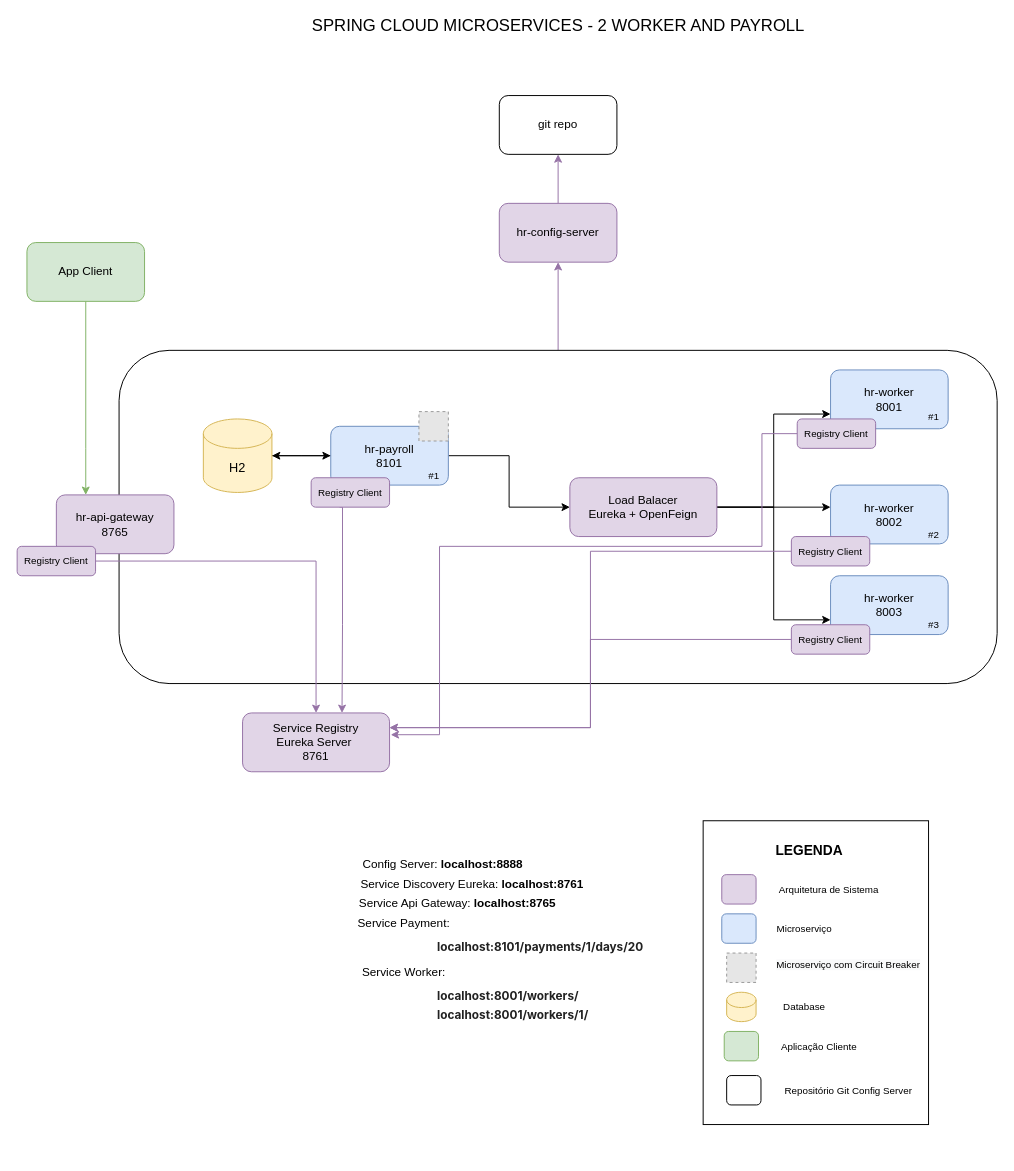
Before: Diagrama Microservico 2.drawio in CarlosRobertoMedeiros/study-microservice-springcloud-2, a draw.io diagram. Source tidied: cells renumbered, new cells numbered last; positions are measured from the earlier drawing's top-left corner, leaving out a move shared by most shapes. Both pictures are drawn from the tidied source at 98%, with x=0, y=0 at pixel (17, 17). Pictures stored in the file or linked from it are replaced by grey dashed boxes.
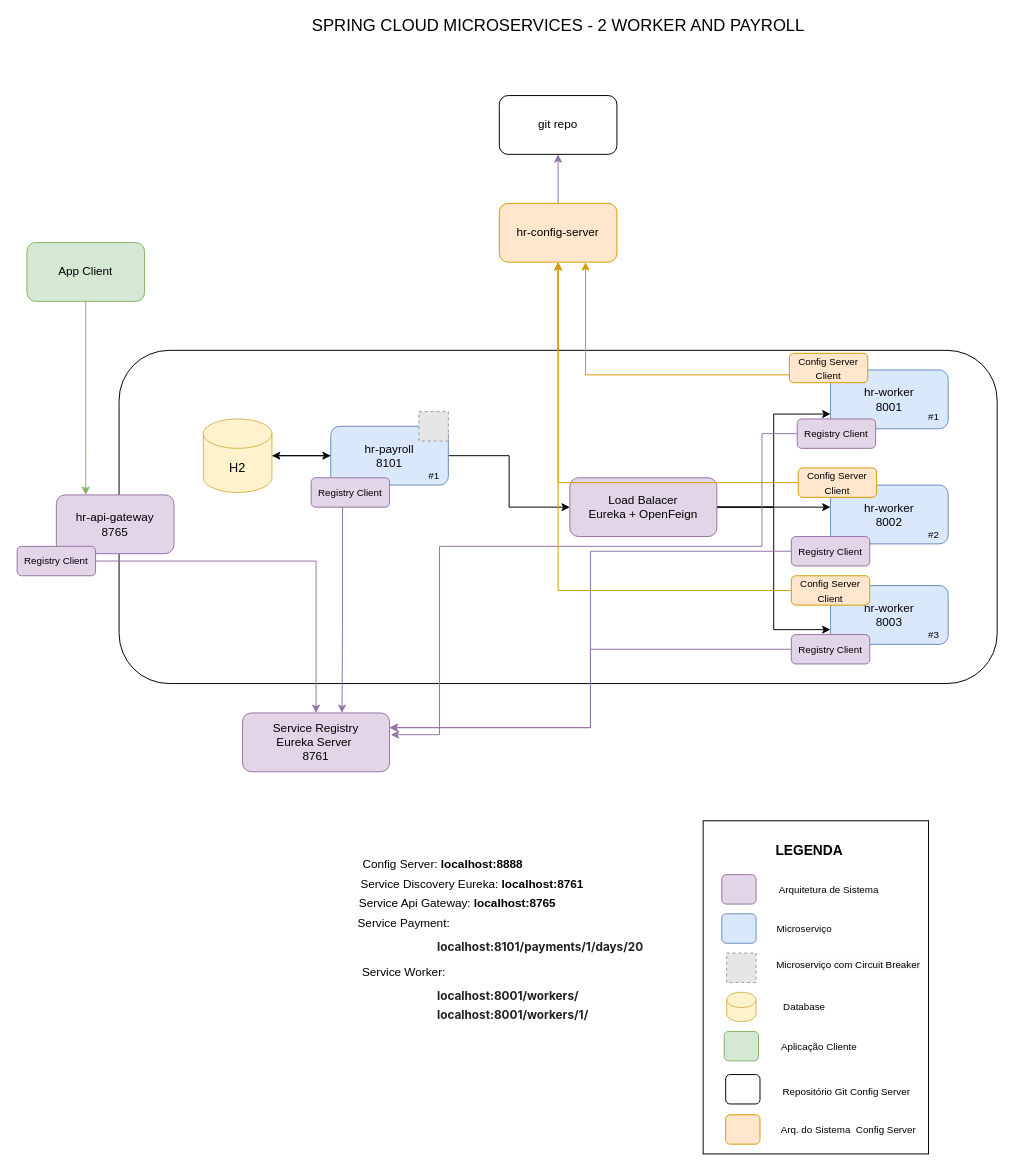
Above is the later version.

Commit message (it also covers changes not shown here):
Implementando o actuator com o rutime config refresh e indicando a senha privativa

Diff of the diagram source:
```diff
@@
     <mxCell id="4" style="rounded=0;whiteSpace=wrap;html=1;" parent="1" vertex="1">
-      <mxGeometry x="700" y="820" width="230" height="310" as="geometry" />
+      <mxGeometry x="700" y="820" width="230" height="340" as="geometry" />
     </mxCell>
@@
     <mxCell id="16" value="hr-worker&lt;br&gt;8003" style="rounded=1;whiteSpace=wrap;html=1;fillColor=#dae8fc;strokeColor=#6c8ebf;" parent="1" vertex="1">
-      <mxGeometry x="830" y="570" width="120" height="60" as="geometry" />
+      <mxGeometry x="830" y="580" width="120" height="60" as="geometry" />
     </mxCell>
@@
     <mxCell id="27" value="&lt;font style=&quot;font-size: 10px&quot;&gt;Registry&amp;nbsp;Client&lt;/font&gt;" style="rounded=1;whiteSpace=wrap;html=1;fillColor=#e1d5e7;strokeColor=#9673a6;" parent="1" vertex="1">
-      <mxGeometry x="790" y="620" width="80" height="30" as="geometry" />
+      <mxGeometry x="790" y="630" width="80" height="30" as="geometry" />
     </mxCell>
@@
     <mxCell id="39" value="#3" style="text;html=1;align=center;verticalAlign=middle;strokeColor=none;fillColor=none;fontSize=10;" parent="1" vertex="1">
-      <mxGeometry x="920" y="610" width="30" height="20" as="geometry" />
+      <mxGeometry x="920" y="620" width="30" height="20" as="geometry" />
     </mxCell>
@@
-    <mxCell id="57" value="hr-config-server" style="rounded=1;whiteSpace=wrap;html=1;fillColor=#e1d5e7;strokeColor=#9673a6;" parent="1" vertex="1">
+    <mxCell id="57" value="hr-config-server" style="rounded=1;whiteSpace=wrap;html=1;fillColor=#ffe6cc;strokeColor=#d79b00;" parent="1" vertex="1">
       <mxGeometry x="492" y="190" width="120" height="60" as="geometry" />
     </mxCell>
@@
     <mxCell id="60" style="rounded=1;whiteSpace=wrap;html=1;fontSize=10;" parent="1" vertex="1">
-      <mxGeometry x="724" y="1080" width="35" height="30" as="geometry" />
+      <mxGeometry x="723" y="1079" width="35" height="30" as="geometry" />
     </mxCell>
     <mxCell id="61" value="Repositório Git Config Server" style="text;html=1;align=center;verticalAlign=middle;strokeColor=none;fillColor=none;fontSize=10;" parent="1" vertex="1">
-      <mxGeometry x="773" y="1085" width="150" height="20" as="geometry" />
+      <mxGeometry x="771" y="1086" width="150" height="20" as="geometry" />
     </mxCell>
+    <mxCell id="62" style="edgeStyle=orthogonalEdgeStyle;rounded=0;jettySize=auto;html=1;fillColor=#ffe6cc;strokeColor=#d79b00;" parent="1" edge="1" source="63">
+      <mxGeometry relative="1" as="geometry">
+        <mxPoint x="580" y="250" as="targetPoint" />
+        <Array as="points">
+          <mxPoint x="580" y="365" />
+          <mxPoint x="580" y="250" />
+        </Array>
+      </mxGeometry>
+    </mxCell>
+    <mxCell id="63" value="&lt;font style=&quot;font-size: 10px&quot;&gt;Config Server Client&lt;/font&gt;" style="rounded=1;whiteSpace=wrap;html=1;fillColor=#ffe6cc;strokeColor=#d79b00;" parent="1" vertex="1">
+      <mxGeometry x="788" y="343" width="80" height="30" as="geometry" />
+    </mxCell>
+    <mxCell id="64" style="edgeStyle=orthogonalEdgeStyle;rounded=0;jettySize=auto;html=1;fillColor=#ffe6cc;strokeColor=#d79b00;" parent="1" edge="1" source="65" target="57">
+      <mxGeometry relative="1" as="geometry" />
+    </mxCell>
+    <mxCell id="65" value="&lt;font style=&quot;font-size: 10px&quot;&gt;Config Server Client&lt;/font&gt;" style="rounded=1;whiteSpace=wrap;html=1;fillColor=#ffe6cc;strokeColor=#d79b00;" parent="1" vertex="1">
+      <mxGeometry x="797" y="460" width="80" height="30" as="geometry" />
+    </mxCell>
+    <mxCell id="66" style="edgeStyle=orthogonalEdgeStyle;rounded=0;jettySize=auto;html=1;fillColor=#ffe6cc;strokeColor=#d79b00;" parent="1" edge="1" source="67" target="57">
+      <mxGeometry relative="1" as="geometry" />
+    </mxCell>
+    <mxCell id="67" value="&lt;font style=&quot;font-size: 10px&quot;&gt;Config Server Client&lt;/font&gt;" style="rounded=1;whiteSpace=wrap;html=1;fillColor=#ffe6cc;strokeColor=#d79b00;" parent="1" vertex="1">
+      <mxGeometry x="790" y="570" width="80" height="30" as="geometry" />
+    </mxCell>
+    <mxCell id="68" style="rounded=1;whiteSpace=wrap;html=1;fontSize=10;fillColor=#ffe6cc;strokeColor=#d79b00;" parent="1" vertex="1">
+      <mxGeometry x="723" y="1120" width="35" height="30" as="geometry" />
+    </mxCell>
+    <mxCell id="69" value="Arq. do Sistema&amp;nbsp;&amp;nbsp;Config Server" style="text;html=1;align=center;verticalAlign=middle;strokeColor=none;fillColor=none;fontSize=10;" parent="1" vertex="1">
+      <mxGeometry x="773" y="1125" width="150" height="20" as="geometry" />
+    </mxCell>
```
